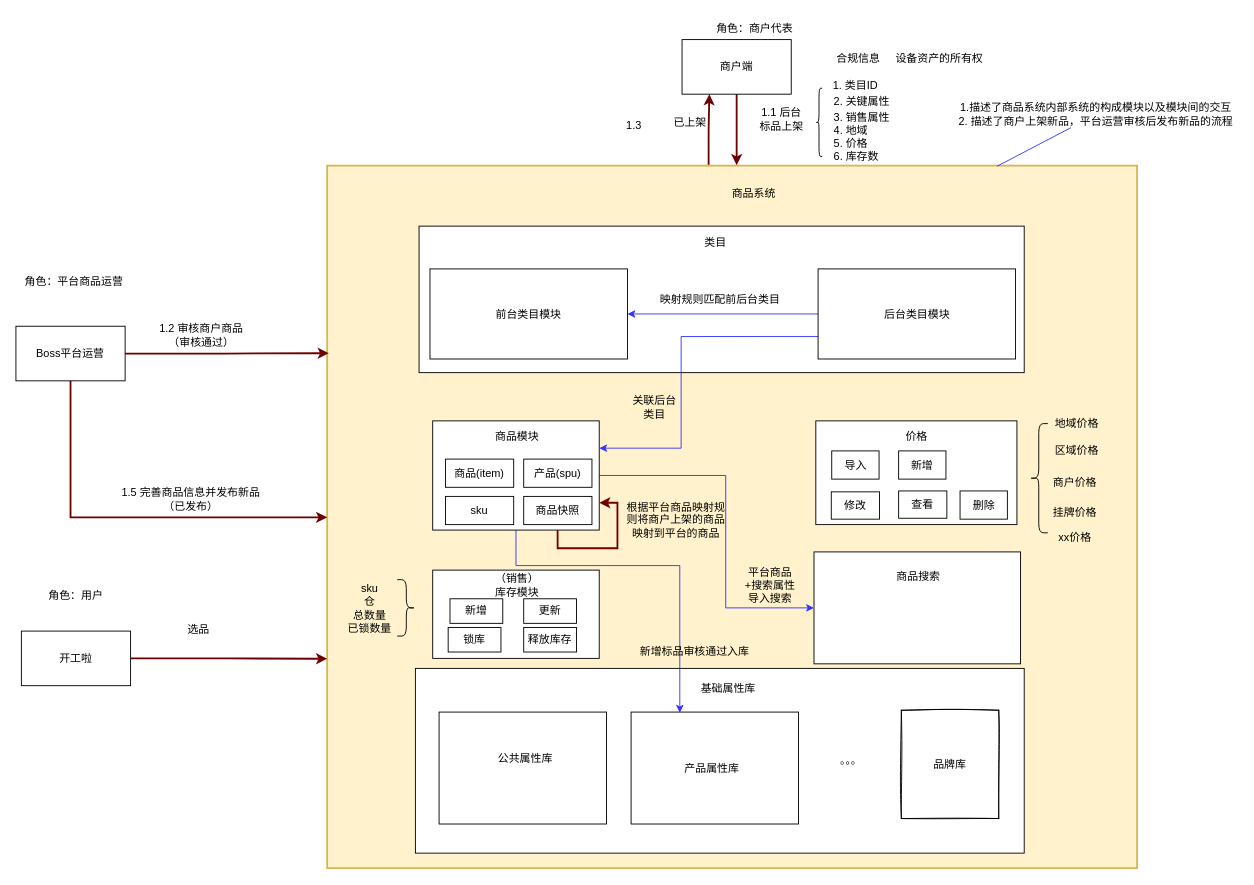
Earlier version of the draw.io diagram page "商品系统2" (8 of 10) of docs/租赁平台.drawio (lokiworks/codebase). Source tidied: cells renumbered, new cells numbered last; positions are measured from the earlier drawing's top-left corner, leaving out a move shared by most shapes. Both pictures are drawn from the tidied source at 91%, with x=0, y=0 at pixel (15, 15).
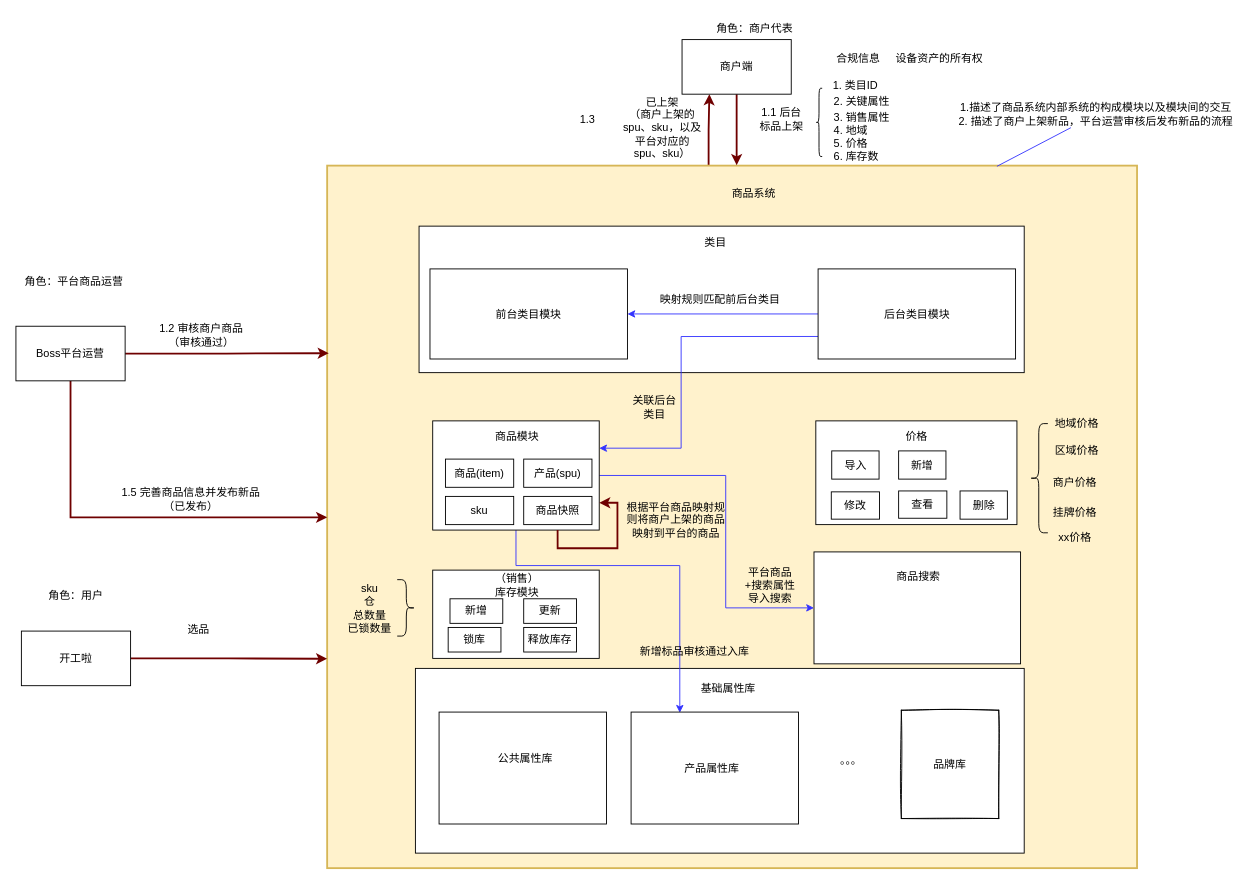
The same page after the edit.

Diff of the diagram source:
```diff
@@
     <mxCell id="46" value="1.3&amp;nbsp;" style="text;html=1;strokeColor=none;fillColor=none;align=center;verticalAlign=middle;whiteSpace=wrap;rounded=0;sketch=0;fontColor=#000000;" parent="1" vertex="1">
-      <mxGeometry x="651" y="106" width="60" height="30" as="geometry" />
+      <mxGeometry x="600" y="99" width="60" height="30" as="geometry" />
     </mxCell>
-    <mxCell id="47" value="已上架" style="text;html=1;strokeColor=none;fillColor=none;align=center;verticalAlign=middle;whiteSpace=wrap;rounded=0;sketch=0;fontColor=#000000;" parent="1" vertex="1">
-      <mxGeometry x="711" y="102" width="60" height="30" as="geometry" />
+    <mxCell id="47" value="已上架&lt;br&gt;（商户上架的spu、sku，以及平台对应的spu、sku）" style="text;html=1;strokeColor=none;fillColor=none;align=center;verticalAlign=middle;whiteSpace=wrap;rounded=0;sketch=0;fontColor=#000000;" parent="1" vertex="1">
+      <mxGeometry x="666" y="93.8" width="88.5" height="58" as="geometry" />
     </mxCell>
```
